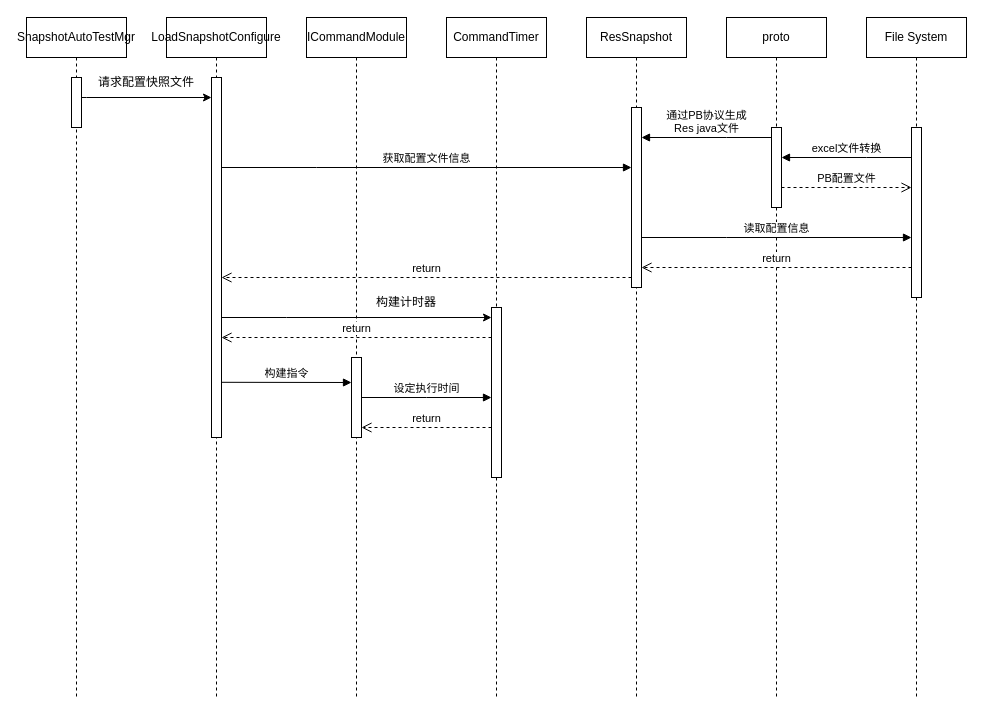
The draw.io diagram 配置时序图.drawio in Carol9s/Drawing, before the edit. Source tidied: cells renumbered, new cells numbered last; positions are measured from the earlier drawing's top-left corner, leaving out a move shared by most shapes. Both pictures are drawn from the tidied source at 100%, with x=0, y=0 at pixel (26, 17).
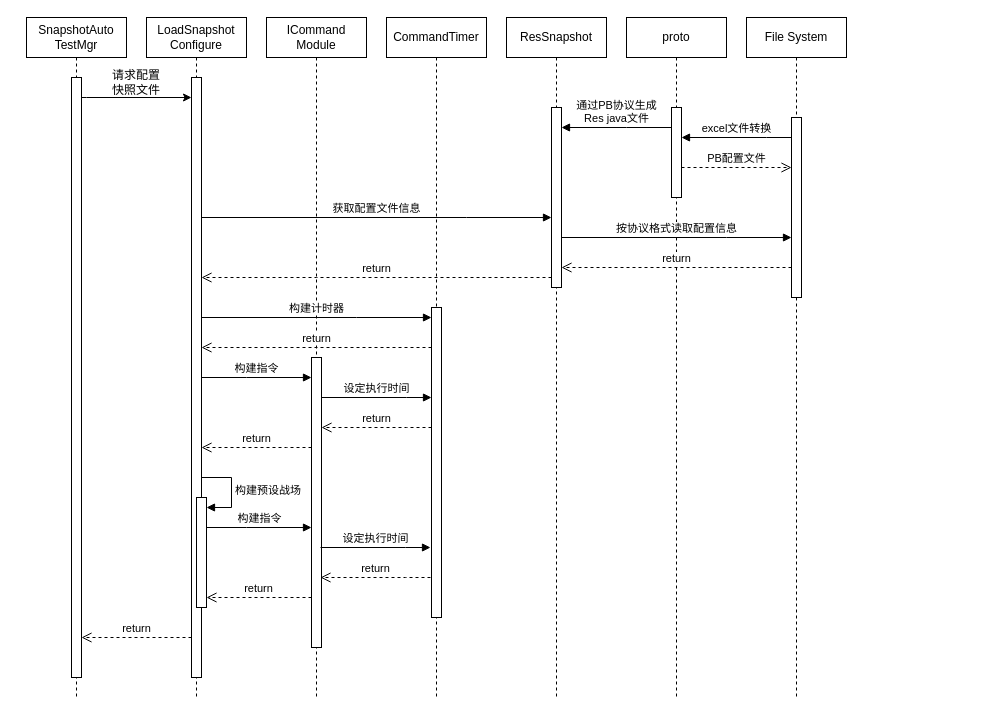
After the change.

Commit message:
更新配置时序图.drawio

The change refers to these unchanged cells:
```xml
<mxCell id="11" style="html=1;points=[];perimeter=orthogonalPerimeter;outlineConnect=0;targetShapes=umlLifeline;portConstraint=eastwest;newEdgeStyle={&quot;edgeStyle&quot;:&quot;elbowEdgeStyle&quot;,&quot;elbow&quot;:&quot;vertical&quot;,&quot;curved&quot;:0,&quot;rounded&quot;:0};" parent="10" vertex="1">
  <mxGeometry x="45" y="90" width="10" height="180" as="geometry" />
</mxCell>
```

The edit, as a diff of the source:
```diff
@@
-    <mxCell id="2" value="SnapshotAutoTestMgr" style="shape=umlLifeline;perimeter=lifelinePerimeter;whiteSpace=wrap;html=1;newEdgeStyle={&quot;edgeStyle&quot;:&quot;elbowEdgeStyle&quot;,&quot;elbow&quot;:&quot;vertical&quot;,&quot;curved&quot;:0,&quot;rounded&quot;:0};" parent="1" vertex="1">
+    <mxCell id="2" value="SnapshotAuto&lt;br&gt;TestMgr" style="shape=umlLifeline;perimeter=lifelinePerimeter;whiteSpace=wrap;html=1;newEdgeStyle={&quot;edgeStyle&quot;:&quot;elbowEdgeStyle&quot;,&quot;elbow&quot;:&quot;vertical&quot;,&quot;curved&quot;:0,&quot;rounded&quot;:0};" parent="1" vertex="1">
       <mxGeometry width="100" height="680" as="geometry" />
     </mxCell>
     <mxCell id="3" style="html=1;points=[];perimeter=orthogonalPerimeter;outlineConnect=0;targetShapes=umlLifeline;portConstraint=eastwest;newEdgeStyle={&quot;edgeStyle&quot;:&quot;elbowEdgeStyle&quot;,&quot;elbow&quot;:&quot;vertical&quot;,&quot;curved&quot;:0,&quot;rounded&quot;:0};" parent="2" vertex="1">
-      <mxGeometry x="45" y="60" width="10" height="50" as="geometry" />
+      <mxGeometry x="45" y="60" width="10" height="600" as="geometry" />
     </mxCell>
-    <mxCell id="4" value="LoadSnapshotConfigure" style="shape=umlLifeline;perimeter=lifelinePerimeter;whiteSpace=wrap;html=1;newEdgeStyle={&quot;edgeStyle&quot;:&quot;elbowEdgeStyle&quot;,&quot;elbow&quot;:&quot;vertical&quot;,&quot;curved&quot;:0,&quot;rounded&quot;:0};" parent="1" vertex="1">
-      <mxGeometry x="140" width="100" height="680" as="geometry" />
+    <mxCell id="4" value="LoadSnapshot&lt;br&gt;Configure" style="shape=umlLifeline;perimeter=lifelinePerimeter;whiteSpace=wrap;html=1;newEdgeStyle={&quot;edgeStyle&quot;:&quot;elbowEdgeStyle&quot;,&quot;elbow&quot;:&quot;vertical&quot;,&quot;curved&quot;:0,&quot;rounded&quot;:0};" parent="1" vertex="1">
+      <mxGeometry x="120" width="100" height="680" as="geometry" />
     </mxCell>
     <mxCell id="5" style="html=1;points=[];perimeter=orthogonalPerimeter;outlineConnect=0;targetShapes=umlLifeline;portConstraint=eastwest;newEdgeStyle={&quot;edgeStyle&quot;:&quot;elbowEdgeStyle&quot;,&quot;elbow&quot;:&quot;vertical&quot;,&quot;curved&quot;:0,&quot;rounded&quot;:0};" parent="4" vertex="1">
-      <mxGeometry x="45" y="60" width="10" height="360" as="geometry" />
+      <mxGeometry x="45" y="60" width="10" height="600" as="geometry" />
     </mxCell>
+    <mxCell id="31" style="html=1;points=[];perimeter=orthogonalPerimeter;outlineConnect=0;targetShapes=umlLifeline;portConstraint=eastwest;newEdgeStyle={&quot;edgeStyle&quot;:&quot;elbowEdgeStyle&quot;,&quot;elbow&quot;:&quot;vertical&quot;,&quot;curved&quot;:0,&quot;rounded&quot;:0};" parent="4" vertex="1">
+      <mxGeometry x="50" y="480" width="10" height="110" as="geometry" />
+    </mxCell>
+    <mxCell id="32" value="构建预设战场" style="html=1;align=left;spacingLeft=2;endArrow=block;rounded=0;edgeStyle=orthogonalEdgeStyle;curved=0;rounded=0;" parent="4" edge="1" target="31">
+      <mxGeometry relative="1" as="geometry">
+        <mxPoint x="55" y="460" as="sourcePoint" />
+        <Array as="points">
+          <mxPoint x="85" y="490" />
+        </Array>
+      </mxGeometry>
+    </mxCell>
-    <mxCell id="6" value="ICommandModule" style="shape=umlLifeline;perimeter=lifelinePerimeter;whiteSpace=wrap;html=1;newEdgeStyle={&quot;edgeStyle&quot;:&quot;elbowEdgeStyle&quot;,&quot;elbow&quot;:&quot;vertical&quot;,&quot;curved&quot;:0,&quot;rounded&quot;:0};" parent="1" vertex="1">
-      <mxGeometry x="280" width="100" height="680" as="geometry" />
+    <mxCell id="6" value="ICommand&lt;br&gt;Module" style="shape=umlLifeline;perimeter=lifelinePerimeter;whiteSpace=wrap;html=1;newEdgeStyle={&quot;edgeStyle&quot;:&quot;elbowEdgeStyle&quot;,&quot;elbow&quot;:&quot;vertical&quot;,&quot;curved&quot;:0,&quot;rounded&quot;:0};" parent="1" vertex="1">
+      <mxGeometry x="240" width="100" height="680" as="geometry" />
     </mxCell>
     <mxCell id="7" style="html=1;points=[];perimeter=orthogonalPerimeter;outlineConnect=0;targetShapes=umlLifeline;portConstraint=eastwest;newEdgeStyle={&quot;edgeStyle&quot;:&quot;elbowEdgeStyle&quot;,&quot;elbow&quot;:&quot;vertical&quot;,&quot;curved&quot;:0,&quot;rounded&quot;:0};" parent="6" vertex="1">
-      <mxGeometry x="45" y="340" width="10" height="80" as="geometry" />
+      <mxGeometry x="45" y="340" width="10" height="290" as="geometry" />
     </mxCell>
     <mxCell id="8" value="CommandTimer" style="shape=umlLifeline;perimeter=lifelinePerimeter;whiteSpace=wrap;html=1;newEdgeStyle={&quot;edgeStyle&quot;:&quot;elbowEdgeStyle&quot;,&quot;elbow&quot;:&quot;vertical&quot;,&quot;curved&quot;:0,&quot;rounded&quot;:0};" parent="1" vertex="1">
-      <mxGeometry x="420" width="100" height="680" as="geometry" />
+      <mxGeometry x="360" width="100" height="680" as="geometry" />
     </mxCell>
     <mxCell id="9" style="html=1;points=[];perimeter=orthogonalPerimeter;outlineConnect=0;targetShapes=umlLifeline;portConstraint=eastwest;newEdgeStyle={&quot;edgeStyle&quot;:&quot;elbowEdgeStyle&quot;,&quot;elbow&quot;:&quot;vertical&quot;,&quot;curved&quot;:0,&quot;rounded&quot;:0};" parent="8" vertex="1">
-      <mxGeometry x="45" y="290" width="10" height="170" as="geometry" />
+      <mxGeometry x="45" y="290" width="10" height="310" as="geometry" />
     </mxCell>
     <mxCell id="10" value="ResSnapshot" style="shape=umlLifeline;perimeter=lifelinePerimeter;whiteSpace=wrap;html=1;newEdgeStyle={&quot;edgeStyle&quot;:&quot;elbowEdgeStyle&quot;,&quot;elbow&quot;:&quot;vertical&quot;,&quot;curved&quot;:0,&quot;rounded&quot;:0};" parent="1" vertex="1">
-      <mxGeometry x="560" width="100" height="680" as="geometry" />
+      <mxGeometry x="480" width="100" height="680" as="geometry" />
     </mxCell>
@@
     <mxCell id="12" value="proto" style="shape=umlLifeline;perimeter=lifelinePerimeter;whiteSpace=wrap;html=1;newEdgeStyle={&quot;edgeStyle&quot;:&quot;elbowEdgeStyle&quot;,&quot;elbow&quot;:&quot;vertical&quot;,&quot;curved&quot;:0,&quot;rounded&quot;:0};" parent="1" vertex="1">
-      <mxGeometry x="700" width="100" height="680" as="geometry" />
+      <mxGeometry x="600" width="100" height="680" as="geometry" />
     </mxCell>
     <mxCell id="13" style="html=1;points=[];perimeter=orthogonalPerimeter;outlineConnect=0;targetShapes=umlLifeline;portConstraint=eastwest;newEdgeStyle={&quot;edgeStyle&quot;:&quot;elbowEdgeStyle&quot;,&quot;elbow&quot;:&quot;vertical&quot;,&quot;curved&quot;:0,&quot;rounded&quot;:0};" parent="12" vertex="1">
-      <mxGeometry x="45" y="110" width="10" height="80" as="geometry" />
+      <mxGeometry x="45" y="90" width="10" height="90" as="geometry" />
     </mxCell>
@@
-    <mxCell id="15" style="edgeStyle=elbowEdgeStyle;rounded=0;jettySize=auto;html=1;elbow=vertical;curved=0;" parent="1" edge="1" target="9">
-      <mxGeometry relative="1" as="geometry">
-        <mxPoint x="195" y="300" as="sourcePoint" />
-        <Array as="points">
-          <mxPoint x="260" y="300" />
-          <mxPoint x="230" y="320" />
-        </Array>
-      </mxGeometry>
-    </mxCell>
-    <mxCell id="16" value="请求配置快照文件" style="text;html=1;strokeColor=none;fillColor=none;align=center;verticalAlign=middle;whiteSpace=wrap;rounded=0;" parent="1" vertex="1">
-      <mxGeometry x="70" y="50" width="100" height="30" as="geometry" />
+    <mxCell id="16" value="请求配置&lt;br&gt;快照文件" style="text;html=1;strokeColor=none;fillColor=none;align=center;verticalAlign=middle;whiteSpace=wrap;rounded=0;" parent="1" vertex="1">
+      <mxGeometry x="60" y="50" width="100" height="30" as="geometry" />
     </mxCell>
-    <mxCell id="17" value="构建计时器" style="text;html=1;strokeColor=none;fillColor=none;align=center;verticalAlign=middle;whiteSpace=wrap;rounded=0;" parent="1" vertex="1">
-      <mxGeometry x="330" y="270" width="100" height="30" as="geometry" />
-    </mxCell>
-    <mxCell id="18" value="return" style="html=1;verticalAlign=bottom;endArrow=open;dashed=1;endSize=8;edgeStyle=elbowEdgeStyle;elbow=vertical;curved=0;rounded=0;" parent="1" edge="1" source="9">
+    <mxCell id="18" value="return" style="html=1;verticalAlign=bottom;endArrow=open;dashed=1;endSize=8;edgeStyle=elbowEdgeStyle;elbow=vertical;curved=0;rounded=0;" parent="1" edge="1" source="9" target="5">
       <mxGeometry relative="1" as="geometry">
-        <mxPoint x="195" y="320" as="targetPoint" />
         <Array as="points">
+          <mxPoint x="330" y="330" />
           <mxPoint x="370" y="320" />
         </Array>
       </mxGeometry>
     </mxCell>
-    <mxCell id="19" value="构建指令" style="html=1;verticalAlign=bottom;endArrow=block;edgeStyle=elbowEdgeStyle;elbow=vertical;curved=0;rounded=0;" parent="1" edge="1" target="7">
+    <mxCell id="19" value="构建指令" style="html=1;verticalAlign=bottom;endArrow=block;edgeStyle=elbowEdgeStyle;elbow=vertical;curved=0;rounded=0;" parent="1" edge="1" source="5" target="7">
       <mxGeometry relative="1" as="geometry">
-        <mxPoint x="195" y="364.8" as="sourcePoint" />
+        <Array as="points">
+          <mxPoint x="220" y="360" />
+        </Array>
       </mxGeometry>
     </mxCell>
     <mxCell id="20" value="设定执行时间" style="html=1;verticalAlign=bottom;endArrow=block;edgeStyle=elbowEdgeStyle;elbow=vertical;curved=0;rounded=0;" parent="1" edge="1" source="7" target="9">
-      <mxGeometry relative="1" as="geometry" />
+      <mxGeometry relative="1" as="geometry">
+        <Array as="points">
+          <mxPoint x="380" y="380" />
+        </Array>
+      </mxGeometry>
     </mxCell>
@@
     <mxCell id="22" value="获取配置文件信息" style="html=1;verticalAlign=bottom;endArrow=block;edgeStyle=elbowEdgeStyle;elbow=vertical;curved=0;rounded=0;" parent="1" edge="1" source="5" target="11">
       <mxGeometry relative="1" as="geometry">
         <Array as="points">
+          <mxPoint x="440" y="200" />
           <mxPoint x="290" y="150" />
           <mxPoint x="550" y="110" />
         </Array>
       </mxGeometry>
     </mxCell>
-    <mxCell id="23" value="return" style="html=1;verticalAlign=bottom;endArrow=open;dashed=1;endSize=8;edgeStyle=elbowEdgeStyle;elbow=vertical;curved=0;rounded=0;" parent="1" edge="1">
+    <mxCell id="23" value="return" style="html=1;verticalAlign=bottom;endArrow=open;dashed=1;endSize=8;edgeStyle=elbowEdgeStyle;elbow=vertical;curved=0;rounded=0;" parent="1" edge="1" source="11" target="5">
       <mxGeometry relative="1" as="geometry">
-        <mxPoint x="605" y="260" as="sourcePoint" />
-        <mxPoint x="195" y="260" as="targetPoint" />
         <Array as="points">
           <mxPoint x="290" y="260" />
           <mxPoint x="530" y="210" />
         </Array>
       </mxGeometry>
     </mxCell>
     <mxCell id="24" value="通过PB协议生成&lt;br&gt;Res java文件" style="html=1;verticalAlign=bottom;endArrow=block;edgeStyle=elbowEdgeStyle;elbow=vertical;curved=0;rounded=0;" parent="1" edge="1" source="13" target="11">
       <mxGeometry relative="1" as="geometry">
         <Array as="points">
-          <mxPoint x="700" y="120" />
+          <mxPoint x="600" y="110" />
+          <mxPoint x="620" y="130" />
+          <mxPoint x="610" y="120" />
         </Array>
       </mxGeometry>
     </mxCell>
     <mxCell id="25" value="File System" style="shape=umlLifeline;perimeter=lifelinePerimeter;whiteSpace=wrap;html=1;newEdgeStyle={&quot;edgeStyle&quot;:&quot;elbowEdgeStyle&quot;,&quot;elbow&quot;:&quot;vertical&quot;,&quot;curved&quot;:0,&quot;rounded&quot;:0};" parent="1" vertex="1">
-      <mxGeometry x="840" width="100" height="680" as="geometry" />
+      <mxGeometry x="720" width="100" height="680" as="geometry" />
     </mxCell>
     <mxCell id="26" style="html=1;points=[];perimeter=orthogonalPerimeter;outlineConnect=0;targetShapes=umlLifeline;portConstraint=eastwest;newEdgeStyle={&quot;edgeStyle&quot;:&quot;elbowEdgeStyle&quot;,&quot;elbow&quot;:&quot;vertical&quot;,&quot;curved&quot;:0,&quot;rounded&quot;:0};" parent="25" vertex="1">
-      <mxGeometry x="45" y="110" width="10" height="170" as="geometry" />
+      <mxGeometry x="45" y="100" width="10" height="180" as="geometry" />
     </mxCell>
     <mxCell id="27" value="excel文件转换" style="html=1;verticalAlign=bottom;endArrow=block;edgeStyle=elbowEdgeStyle;elbow=vertical;curved=0;rounded=0;" parent="1" edge="1" source="26" target="13">
       <mxGeometry relative="1" as="geometry">
         <Array as="points">
-          <mxPoint x="840" y="140" />
+          <mxPoint x="740" y="120" />
+          <mxPoint x="770" y="150" />
           <mxPoint x="810" y="180" />
         </Array>
       </mxGeometry>
     </mxCell>
     <mxCell id="28" value="PB配置文件" style="html=1;verticalAlign=bottom;endArrow=open;dashed=1;endSize=8;edgeStyle=elbowEdgeStyle;elbow=vertical;curved=0;rounded=0;" parent="1" edge="1" source="13" target="26">
       <mxGeometry relative="1" as="geometry">
         <Array as="points">
-          <mxPoint x="840" y="170" />
+          <mxPoint x="730" y="150" />
         </Array>
       </mxGeometry>
     </mxCell>
-    <mxCell id="29" value="读取配置信息" style="html=1;verticalAlign=bottom;endArrow=block;edgeStyle=elbowEdgeStyle;elbow=vertical;curved=0;rounded=0;" parent="1" edge="1" source="11" target="26">
+    <mxCell id="29" value="按协议格式读取配置信息" style="html=1;verticalAlign=bottom;endArrow=block;edgeStyle=elbowEdgeStyle;elbow=vertical;curved=0;rounded=0;" parent="1" edge="1" source="11" target="26">
       <mxGeometry relative="1" as="geometry">
         <Array as="points">
           <mxPoint x="700" y="220" />
           <mxPoint x="720" y="210" />
         </Array>
       </mxGeometry>
     </mxCell>
@@
+    <mxCell id="17" value="构建计时器" style="html=1;verticalAlign=bottom;endArrow=block;edgeStyle=elbowEdgeStyle;elbow=vertical;curved=0;rounded=0;" parent="1" edge="1" source="5" target="9">
+      <mxGeometry relative="1" as="geometry">
+        <Array as="points">
+          <mxPoint x="330" y="300" />
+        </Array>
+      </mxGeometry>
+    </mxCell>
+    <mxCell id="33" value="return" style="html=1;verticalAlign=bottom;endArrow=open;dashed=1;endSize=8;edgeStyle=elbowEdgeStyle;elbow=vertical;curved=0;rounded=0;" parent="1" edge="1" source="7" target="5">
+      <mxGeometry relative="1" as="geometry">
+        <Array as="points">
+          <mxPoint x="260" y="430" />
+          <mxPoint x="210" y="440" />
+        </Array>
+      </mxGeometry>
+    </mxCell>
+    <mxCell id="34" value="构建指令" style="html=1;verticalAlign=bottom;endArrow=block;edgeStyle=elbowEdgeStyle;elbow=vertical;curved=0;rounded=0;" parent="1" edge="1" source="31" target="7">
+      <mxGeometry relative="1" as="geometry">
+        <Array as="points">
+          <mxPoint x="220" y="510" />
+          <mxPoint x="215" y="520" />
+        </Array>
+      </mxGeometry>
+    </mxCell>
+    <mxCell id="35" value="设定执行时间" style="html=1;verticalAlign=bottom;endArrow=block;edgeStyle=elbowEdgeStyle;elbow=vertical;curved=0;rounded=0;" parent="1" edge="1">
+      <mxGeometry relative="1" as="geometry">
+        <mxPoint x="294" y="530" as="sourcePoint" />
+        <mxPoint x="404" y="530" as="targetPoint" />
+        <Array as="points">
+          <mxPoint x="379" y="530" />
+        </Array>
+      </mxGeometry>
+    </mxCell>
+    <mxCell id="36" value="return" style="html=1;verticalAlign=bottom;endArrow=open;dashed=1;endSize=8;edgeStyle=elbowEdgeStyle;elbow=vertical;curved=0;rounded=0;" parent="1" edge="1">
+      <mxGeometry relative="1" as="geometry">
+        <mxPoint x="404" y="560" as="sourcePoint" />
+        <mxPoint x="294" y="560" as="targetPoint" />
+        <Array as="points">
+          <mxPoint x="379" y="560" />
+        </Array>
+      </mxGeometry>
+    </mxCell>
+    <mxCell id="37" value="return" style="html=1;verticalAlign=bottom;endArrow=open;dashed=1;endSize=8;edgeStyle=elbowEdgeStyle;elbow=vertical;curved=0;rounded=0;" parent="1" edge="1" source="7" target="31">
+      <mxGeometry relative="1" as="geometry">
+        <Array as="points">
+          <mxPoint x="215" y="580" />
+        </Array>
+      </mxGeometry>
+    </mxCell>
+    <mxCell id="38" value="return" style="html=1;verticalAlign=bottom;endArrow=open;dashed=1;endSize=8;edgeStyle=elbowEdgeStyle;elbow=vertical;curved=0;rounded=0;" parent="1" edge="1" source="5" target="3">
+      <mxGeometry relative="1" as="geometry">
+        <Array as="points">
+          <mxPoint x="130" y="620" />
+        </Array>
+      </mxGeometry>
+    </mxCell>
```
